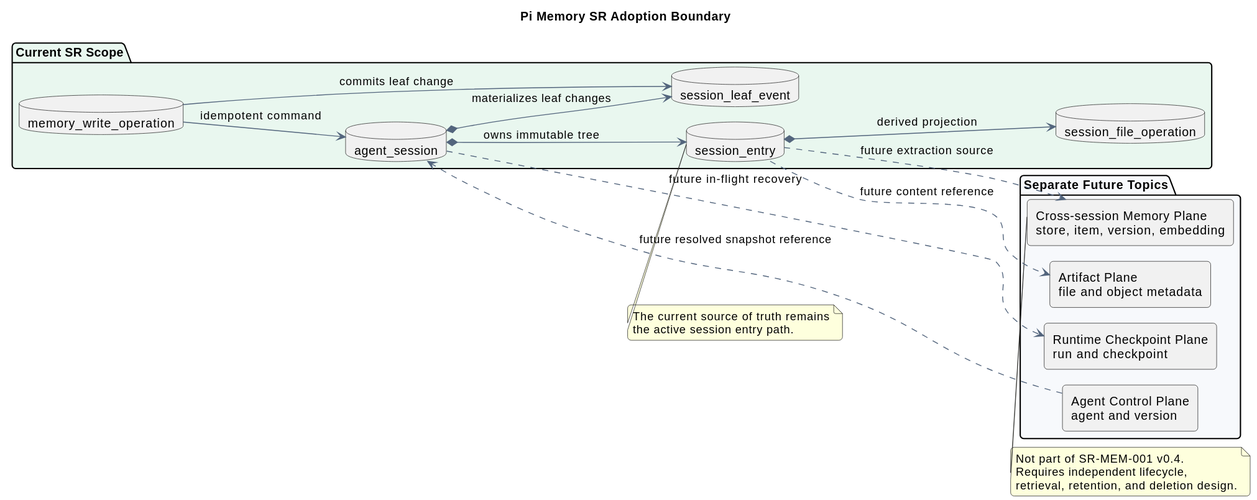
Earlier version of the PlantUML export agent-database-patterns/pi-memory-adoption-boundary.svg (superheromeZzh/pi-mono-java-design). Its diagram source:
```plantuml
@startuml
!pragma layout smetana
title Pi Memory SR Adoption Boundary
left to right direction

skinparam backgroundColor #FFFFFF
skinparam shadowing false
skinparam roundcorner 8
skinparam componentStyle rectangle
skinparam ArrowColor #53657D


package "Current SR Scope" #E9F7EF {
  database "agent_session" as Session
  database "session_entry" as Entry
  database "session_leaf_event" as Leaf
  database "session_file_operation" as FileOp
  database "memory_write_operation" as WriteOp
}

package "Separate Future Topics" #F7F9FC {
  rectangle "Agent Control Plane\nagent and version" as AgentControl
  rectangle "Runtime Checkpoint Plane\nrun and checkpoint" as RuntimeCheckpoint
  rectangle "Cross-session Memory Plane\nstore, item, version, embedding" as LongMemory
  rectangle "Artifact Plane\nfile and object metadata" as Artifact
}

Session *--> Entry : owns immutable tree
Session *--> Leaf : materializes leaf changes
Entry *--> FileOp : derived projection
WriteOp --> Session : idempotent command
WriteOp --> Leaf : commits leaf change

AgentControl ..> Session : future resolved snapshot reference
Session ..> RuntimeCheckpoint : future in-flight recovery
Entry ..> LongMemory : future extraction source
Entry ..> Artifact : future content reference

note bottom of Entry
The current source of truth remains
the active session entry path.
end note

note bottom of LongMemory
Not part of SR-MEM-001 v0.4.
Requires independent lifecycle,
retrieval, retention, and deletion design.
end note
@enduml
```
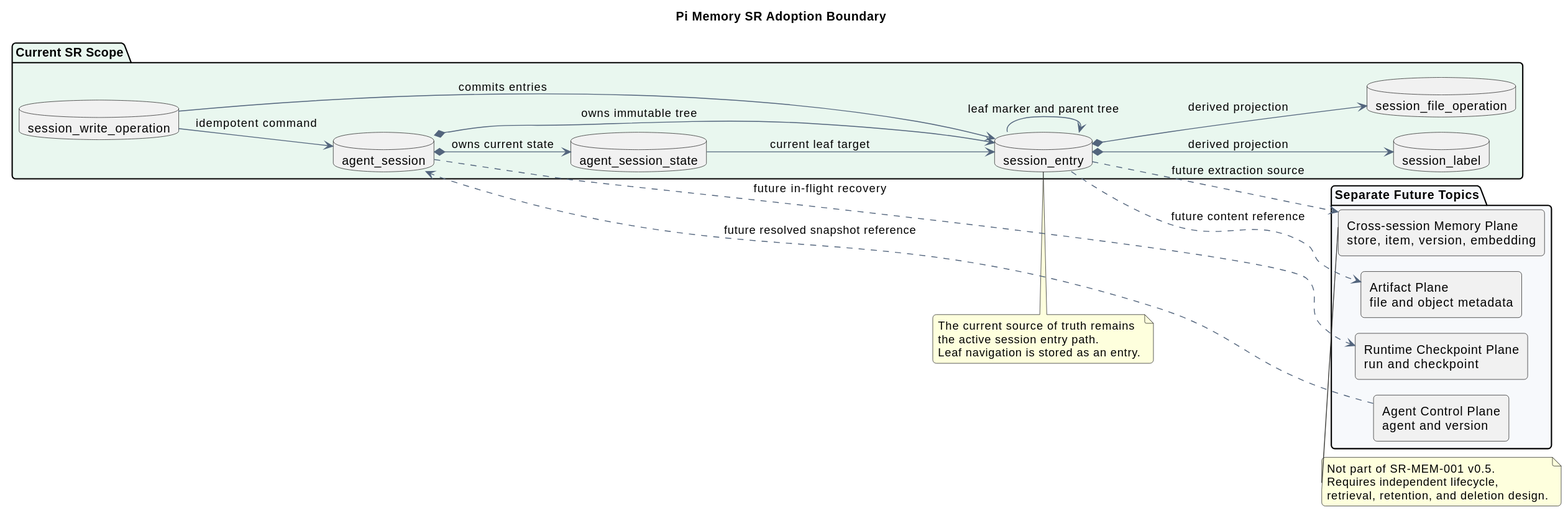
After the change.

Commit message:
docs(memory): redesign centralized GaussDB session memory

Change to the diagram source:
```diff
@@ -12,10 +12,11 @@
 
 package "Current SR Scope" #E9F7EF {
   database "agent_session" as Session
+  database "agent_session_state" as State
   database "session_entry" as Entry
-  database "session_leaf_event" as Leaf
+  database "session_label" as Label
   database "session_file_operation" as FileOp
-  database "memory_write_operation" as WriteOp
+  database "session_write_operation" as WriteOp
 }
 
 package "Separate Future Topics" #F7F9FC {
@@ -26,10 +27,13 @@
 }
 
 Session *--> Entry : owns immutable tree
-Session *--> Leaf : materializes leaf changes
+Session *--> State : owns current state
+State --> Entry : current leaf target
+Entry --> Entry : leaf marker and parent tree
+Entry *--> Label : derived projection
 Entry *--> FileOp : derived projection
 WriteOp --> Session : idempotent command
-WriteOp --> Leaf : commits leaf change
+WriteOp --> Entry : commits entries
 
 AgentControl ..> Session : future resolved snapshot reference
 Session ..> RuntimeCheckpoint : future in-flight recovery
@@ -39,10 +43,11 @@
 note bottom of Entry
 The current source of truth remains
 the active session entry path.
+Leaf navigation is stored as an entry.
 end note
 
 note bottom of LongMemory
-Not part of SR-MEM-001 v0.4.
+Not part of SR-MEM-001 v0.5.
 Requires independent lifecycle,
 retrieval, retention, and deletion design.
 end note
```
